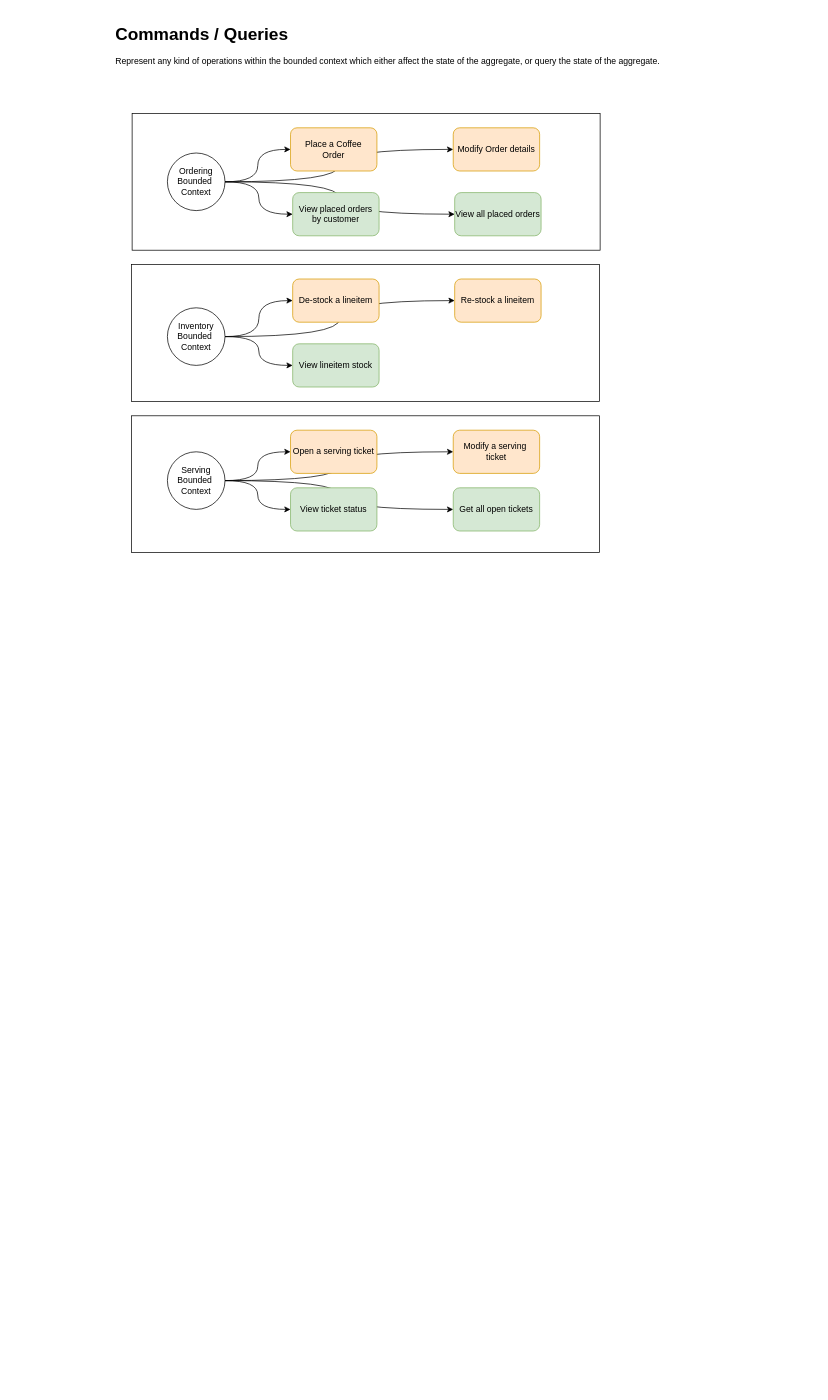
Before: page "Commands / Queries" (5 of 8) of coffeeshop.drawio in HasseNasse/CoffeeShop, a draw.io diagram. Source tidied: cells renumbered, new cells numbered last; positions are measured from the earlier drawing's top-left corner, leaving out a move shared by most shapes. Both pictures are drawn from the tidied source at 72%, with x=0, y=0 at pixel (112, 19).
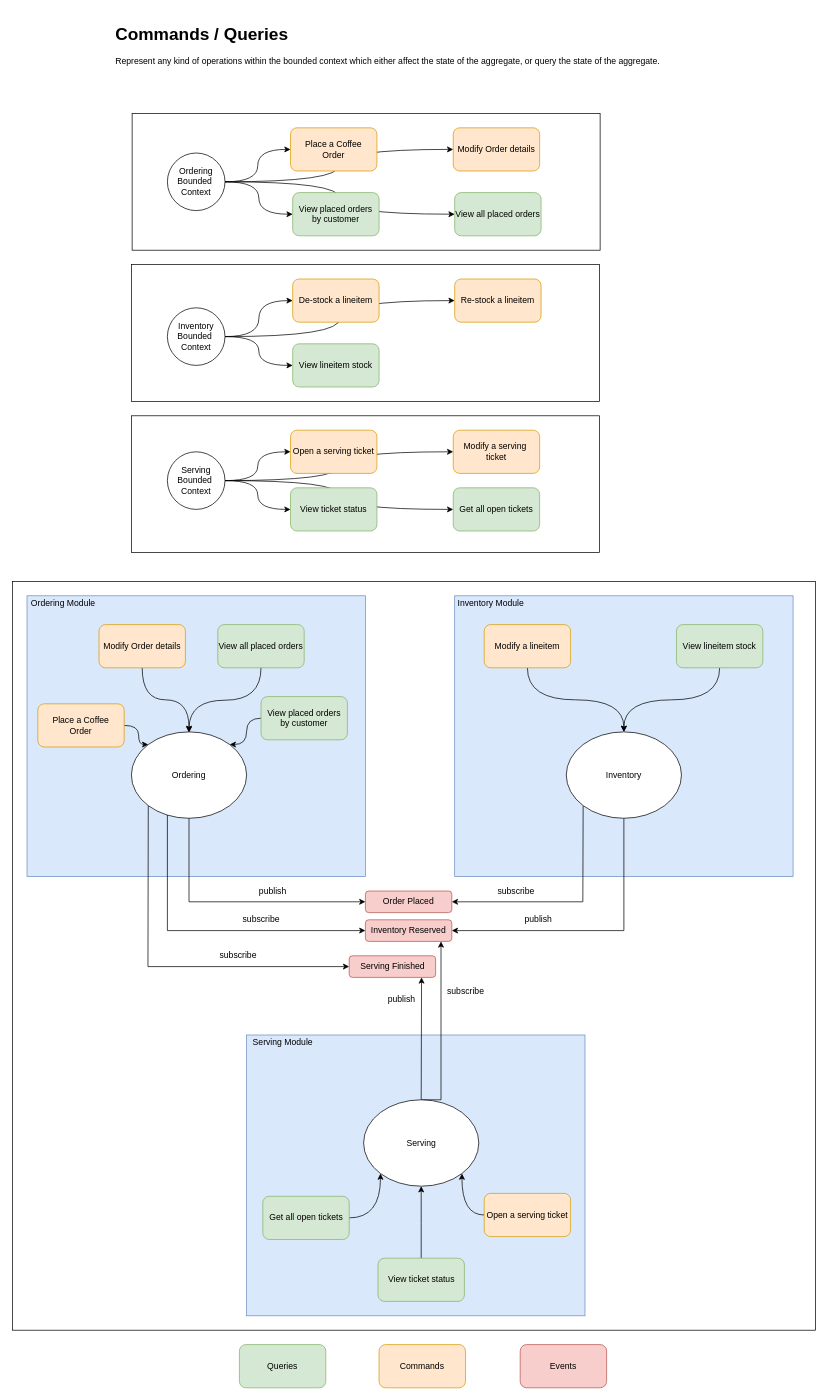
The same page after the edit.

What changed in the source:
```diff
@@
+    <mxCell id="31" style="rounded=0;whiteSpace=wrap;html=1;" parent="1" vertex="1">
+      <mxGeometry x="-138" y="780" width="1115" height="1040" as="geometry" />
+    </mxCell>
@@
+    <mxCell id="32" style="rounded=0;whiteSpace=wrap;html=1;fillColor=#dae8fc;strokeColor=#6c8ebf;" parent="1" vertex="1">
+      <mxGeometry x="-118" y="800" width="470" height="390" as="geometry" />
+    </mxCell>
+    <mxCell id="33" value="Ordering Module" style="text;html=1;align=center;verticalAlign=middle;" parent="1" vertex="1">
+      <mxGeometry x="-118" y="800" width="100" height="20" as="geometry" />
+    </mxCell>
+    <mxCell id="34" style="rounded=0;whiteSpace=wrap;html=1;fillColor=#dae8fc;strokeColor=#6c8ebf;" parent="1" vertex="1">
+      <mxGeometry x="476" y="800" width="470" height="390" as="geometry" />
+    </mxCell>
+    <mxCell id="35" value="Inventory Module" style="text;html=1;align=center;verticalAlign=middle;" parent="1" vertex="1">
+      <mxGeometry x="471" y="800" width="110" height="20" as="geometry" />
+    </mxCell>
+    <mxCell id="36" style="rounded=0;whiteSpace=wrap;html=1;fillColor=#dae8fc;strokeColor=#6c8ebf;" parent="1" vertex="1">
+      <mxGeometry x="187" y="1410" width="470" height="390" as="geometry" />
+    </mxCell>
+    <mxCell id="37" value="Serving Module" style="text;html=1;align=center;verticalAlign=middle;" parent="1" vertex="1">
+      <mxGeometry x="187" y="1410" width="100" height="20" as="geometry" />
+    </mxCell>
+    <mxCell id="38" style="edgeStyle=elbowEdgeStyle;rounded=0;jettySize=auto;html=1;exitX=0.5;exitY=1;exitDx=0;exitDy=0;entryX=0;entryY=0.5;entryDx=0;entryDy=0;" parent="1" edge="1" source="41" target="69">
+      <mxGeometry relative="1" as="geometry">
+        <Array as="points">
+          <mxPoint x="107" y="1180" />
+        </Array>
+      </mxGeometry>
+    </mxCell>
+    <mxCell id="39" style="edgeStyle=elbowEdgeStyle;rounded=0;jettySize=auto;html=1;exitX=0;exitY=1;exitDx=0;exitDy=0;entryX=0;entryY=0.5;entryDx=0;entryDy=0;" parent="1" edge="1" source="41" target="75">
+      <mxGeometry relative="1" as="geometry">
+        <Array as="points">
+          <mxPoint x="50" y="1230" />
+        </Array>
+      </mxGeometry>
+    </mxCell>
+    <mxCell id="40" style="edgeStyle=elbowEdgeStyle;rounded=0;jettySize=auto;html=1;exitX=0;exitY=1;exitDx=0;exitDy=0;entryX=0;entryY=0.5;entryDx=0;entryDy=0;" parent="1" edge="1" source="41" target="72">
+      <mxGeometry relative="1" as="geometry">
+        <Array as="points">
+          <mxPoint x="77" y="1180" />
+        </Array>
+      </mxGeometry>
+    </mxCell>
+    <mxCell id="41" value="Ordering" style="ellipse;whiteSpace=wrap;html=1;" parent="1" vertex="1">
+      <mxGeometry x="27" y="989" width="160" height="120" as="geometry" />
+    </mxCell>
+    <mxCell id="42" style="edgeStyle=orthogonalEdgeStyle;curved=1;rounded=0;jettySize=auto;html=1;exitX=1;exitY=0.5;exitDx=0;exitDy=0;entryX=0;entryY=0;entryDx=0;entryDy=0;" parent="1" edge="1" source="43" target="41">
+      <mxGeometry relative="1" as="geometry" />
+    </mxCell>
+    <mxCell id="43" value="Place a Coffee&lt;br&gt;Order" style="rounded=1;whiteSpace=wrap;html=1;fillColor=#ffe6cc;strokeColor=#d79b00;" parent="1" vertex="1">
+      <mxGeometry x="-103" y="950" width="120" height="60" as="geometry" />
+    </mxCell>
+    <mxCell id="44" style="edgeStyle=orthogonalEdgeStyle;curved=1;rounded=0;jettySize=auto;html=1;exitX=0.5;exitY=1;exitDx=0;exitDy=0;" parent="1" edge="1" source="45" target="41">
+      <mxGeometry relative="1" as="geometry" />
+    </mxCell>
+    <mxCell id="45" value="Modify Order details" style="rounded=1;whiteSpace=wrap;html=1;fillColor=#ffe6cc;strokeColor=#d79b00;" parent="1" vertex="1">
+      <mxGeometry x="-18" y="840" width="120" height="60" as="geometry" />
+    </mxCell>
+    <mxCell id="46" style="edgeStyle=orthogonalEdgeStyle;curved=1;rounded=0;jettySize=auto;html=1;exitX=0;exitY=0.5;exitDx=0;exitDy=0;entryX=1;entryY=0;entryDx=0;entryDy=0;" parent="1" edge="1" source="47" target="41">
+      <mxGeometry relative="1" as="geometry" />
+    </mxCell>
+    <mxCell id="47" value="View placed orders&lt;br&gt;by customer" style="rounded=1;whiteSpace=wrap;html=1;fillColor=#d5e8d4;strokeColor=#82b366;" parent="1" vertex="1">
+      <mxGeometry x="207" y="940" width="120" height="60" as="geometry" />
+    </mxCell>
+    <mxCell id="48" style="edgeStyle=orthogonalEdgeStyle;curved=1;rounded=0;jettySize=auto;html=1;exitX=0.5;exitY=1;exitDx=0;exitDy=0;" parent="1" edge="1" source="49">
+      <mxGeometry relative="1" as="geometry">
+        <mxPoint x="107" y="990" as="targetPoint" />
+      </mxGeometry>
+    </mxCell>
+    <mxCell id="49" value="View all placed orders" style="rounded=1;whiteSpace=wrap;html=1;fillColor=#d5e8d4;strokeColor=#82b366;" parent="1" vertex="1">
+      <mxGeometry x="147" y="840" width="120" height="60" as="geometry" />
+    </mxCell>
+    <mxCell id="50" style="edgeStyle=elbowEdgeStyle;rounded=0;jettySize=auto;html=1;exitX=0;exitY=1;exitDx=0;exitDy=0;entryX=1;entryY=0.5;entryDx=0;entryDy=0;" parent="1" edge="1" source="52" target="69">
+      <mxGeometry relative="1" as="geometry">
+        <Array as="points">
+          <mxPoint x="654" y="1160" />
+        </Array>
+      </mxGeometry>
+    </mxCell>
+    <mxCell id="51" style="edgeStyle=elbowEdgeStyle;rounded=0;jettySize=auto;html=1;exitX=0.5;exitY=1;exitDx=0;exitDy=0;entryX=1;entryY=0.5;entryDx=0;entryDy=0;" parent="1" edge="1" source="52" target="72">
+      <mxGeometry relative="1" as="geometry">
+        <Array as="points">
+          <mxPoint x="711" y="1200" />
+        </Array>
+      </mxGeometry>
+    </mxCell>
+    <mxCell id="52" value="Inventory" style="ellipse;whiteSpace=wrap;html=1;" parent="1" vertex="1">
+      <mxGeometry x="631" y="989" width="160" height="120" as="geometry" />
+    </mxCell>
+    <mxCell id="53" style="edgeStyle=orthogonalEdgeStyle;curved=1;rounded=0;jettySize=auto;html=1;exitX=0.5;exitY=1;exitDx=0;exitDy=0;entryX=0.5;entryY=0;entryDx=0;entryDy=0;" parent="1" edge="1" source="54" target="52">
+      <mxGeometry relative="1" as="geometry" />
+    </mxCell>
+    <mxCell id="54" value="Modify a lineitem" style="rounded=1;whiteSpace=wrap;html=1;fillColor=#ffe6cc;strokeColor=#d79b00;" parent="1" vertex="1">
+      <mxGeometry x="517" y="840" width="120" height="60" as="geometry" />
+    </mxCell>
+    <mxCell id="55" style="edgeStyle=orthogonalEdgeStyle;curved=1;rounded=0;jettySize=auto;html=1;exitX=0.5;exitY=1;exitDx=0;exitDy=0;" parent="1" edge="1" source="56" target="52">
+      <mxGeometry relative="1" as="geometry" />
+    </mxCell>
+    <mxCell id="56" value="View lineitem stock" style="rounded=1;whiteSpace=wrap;html=1;fillColor=#d5e8d4;strokeColor=#82b366;" parent="1" vertex="1">
+      <mxGeometry x="784" y="840" width="120" height="60" as="geometry" />
+    </mxCell>
+    <mxCell id="57" style="edgeStyle=elbowEdgeStyle;rounded=0;jettySize=auto;html=1;exitX=0.5;exitY=0;exitDx=0;exitDy=0;" parent="1" edge="1" source="59" target="72">
+      <mxGeometry relative="1" as="geometry">
+        <Array as="points">
+          <mxPoint x="457" y="1530" />
+          <mxPoint x="457" y="1510" />
+        </Array>
+      </mxGeometry>
+    </mxCell>
+    <mxCell id="58" style="edgeStyle=elbowEdgeStyle;rounded=0;jettySize=auto;html=1;exitX=0.5;exitY=0;exitDx=0;exitDy=0;" parent="1" edge="1" source="59" target="75">
+      <mxGeometry relative="1" as="geometry" />
+    </mxCell>
+    <mxCell id="59" value="Serving" style="ellipse;whiteSpace=wrap;html=1;" parent="1" vertex="1">
+      <mxGeometry x="349.5" y="1500" width="160" height="120" as="geometry" />
+    </mxCell>
+    <mxCell id="60" style="edgeStyle=orthogonalEdgeStyle;curved=1;rounded=0;jettySize=auto;html=1;exitX=0;exitY=0.5;exitDx=0;exitDy=0;entryX=1;entryY=1;entryDx=0;entryDy=0;" parent="1" edge="1" source="61" target="59">
+      <mxGeometry relative="1" as="geometry" />
+    </mxCell>
+    <mxCell id="61" value="Open a serving ticket" style="rounded=1;whiteSpace=wrap;html=1;fillColor=#ffe6cc;strokeColor=#d79b00;" parent="1" vertex="1">
+      <mxGeometry x="517" y="1630" width="120" height="60" as="geometry" />
+    </mxCell>
+    <mxCell id="62" style="edgeStyle=orthogonalEdgeStyle;curved=1;rounded=0;jettySize=auto;html=1;exitX=0.5;exitY=0;exitDx=0;exitDy=0;" parent="1" edge="1" source="63">
+      <mxGeometry relative="1" as="geometry">
+        <mxPoint x="429.5" y="1620" as="targetPoint" />
+      </mxGeometry>
+    </mxCell>
+    <mxCell id="63" value="View ticket status" style="rounded=1;whiteSpace=wrap;html=1;fillColor=#d5e8d4;strokeColor=#82b366;" parent="1" vertex="1">
+      <mxGeometry x="369.5" y="1720" width="120" height="60" as="geometry" />
+    </mxCell>
+    <mxCell id="64" style="edgeStyle=orthogonalEdgeStyle;curved=1;rounded=0;jettySize=auto;html=1;exitX=1;exitY=0.5;exitDx=0;exitDy=0;entryX=0;entryY=1;entryDx=0;entryDy=0;" parent="1" edge="1" source="65" target="59">
+      <mxGeometry relative="1" as="geometry" />
+    </mxCell>
+    <mxCell id="65" value="Get all open tickets" style="rounded=1;whiteSpace=wrap;html=1;fillColor=#d5e8d4;strokeColor=#82b366;" parent="1" vertex="1">
+      <mxGeometry x="209.5" y="1634" width="120" height="60" as="geometry" />
+    </mxCell>
+    <mxCell id="66" value="Queries" style="rounded=1;whiteSpace=wrap;html=1;fillColor=#d5e8d4;strokeColor=#82b366;" parent="1" vertex="1">
+      <mxGeometry x="177" y="1840" width="120" height="60" as="geometry" />
+    </mxCell>
+    <mxCell id="67" value="Commands" style="rounded=1;whiteSpace=wrap;html=1;fillColor=#ffe6cc;strokeColor=#d79b00;" parent="1" vertex="1">
+      <mxGeometry x="371" y="1840" width="120" height="60" as="geometry" />
+    </mxCell>
+    <mxCell id="68" value="Events" style="rounded=1;whiteSpace=wrap;html=1;fillColor=#f8cecc;strokeColor=#b85450;" parent="1" vertex="1">
+      <mxGeometry x="567" y="1840" width="120" height="60" as="geometry" />
+    </mxCell>
+    <mxCell id="69" value="Order Placed" style="rounded=1;whiteSpace=wrap;html=1;fillColor=#f8cecc;strokeColor=#b85450;" parent="1" vertex="1">
+      <mxGeometry x="352" y="1210" width="120" height="30" as="geometry" />
+    </mxCell>
+    <mxCell id="70" value="publish" style="text;html=1;align=center;verticalAlign=middle;" parent="1" vertex="1">
+      <mxGeometry x="198" y="1200" width="50" height="20" as="geometry" />
+    </mxCell>
+    <mxCell id="71" value="subscribe" style="text;html=1;align=center;verticalAlign=middle;" parent="1" vertex="1">
+      <mxGeometry x="526" y="1200" width="70" height="20" as="geometry" />
+    </mxCell>
+    <mxCell id="72" value="Inventory Reserved" style="rounded=1;whiteSpace=wrap;html=1;fillColor=#f8cecc;strokeColor=#b85450;" parent="1" vertex="1">
+      <mxGeometry x="352" y="1250" width="120" height="30" as="geometry" />
+    </mxCell>
+    <mxCell id="73" value="publish" style="text;html=1;align=center;verticalAlign=middle;" parent="1" vertex="1">
+      <mxGeometry x="567" y="1240" width="50" height="20" as="geometry" />
+    </mxCell>
+    <mxCell id="74" value="subscribe" style="text;html=1;align=center;verticalAlign=middle;" parent="1" vertex="1">
+      <mxGeometry x="456" y="1340" width="70" height="20" as="geometry" />
+    </mxCell>
+    <mxCell id="75" value="Serving Finished" style="rounded=1;whiteSpace=wrap;html=1;fillColor=#f8cecc;strokeColor=#b85450;" parent="1" vertex="1">
+      <mxGeometry x="329.5" y="1300" width="120" height="30" as="geometry" />
+    </mxCell>
+    <mxCell id="76" value="publish" style="text;html=1;align=center;verticalAlign=middle;" parent="1" vertex="1">
+      <mxGeometry x="377" y="1350" width="50" height="20" as="geometry" />
+    </mxCell>
+    <mxCell id="77" value="subscribe" style="text;html=1;align=center;verticalAlign=middle;" parent="1" vertex="1">
+      <mxGeometry x="139.5" y="1290" width="70" height="20" as="geometry" />
+    </mxCell>
+    <mxCell id="78" value="subscribe" style="text;html=1;align=center;verticalAlign=middle;" parent="1" vertex="1">
+      <mxGeometry x="172" y="1240" width="70" height="20" as="geometry" />
+    </mxCell>
```
